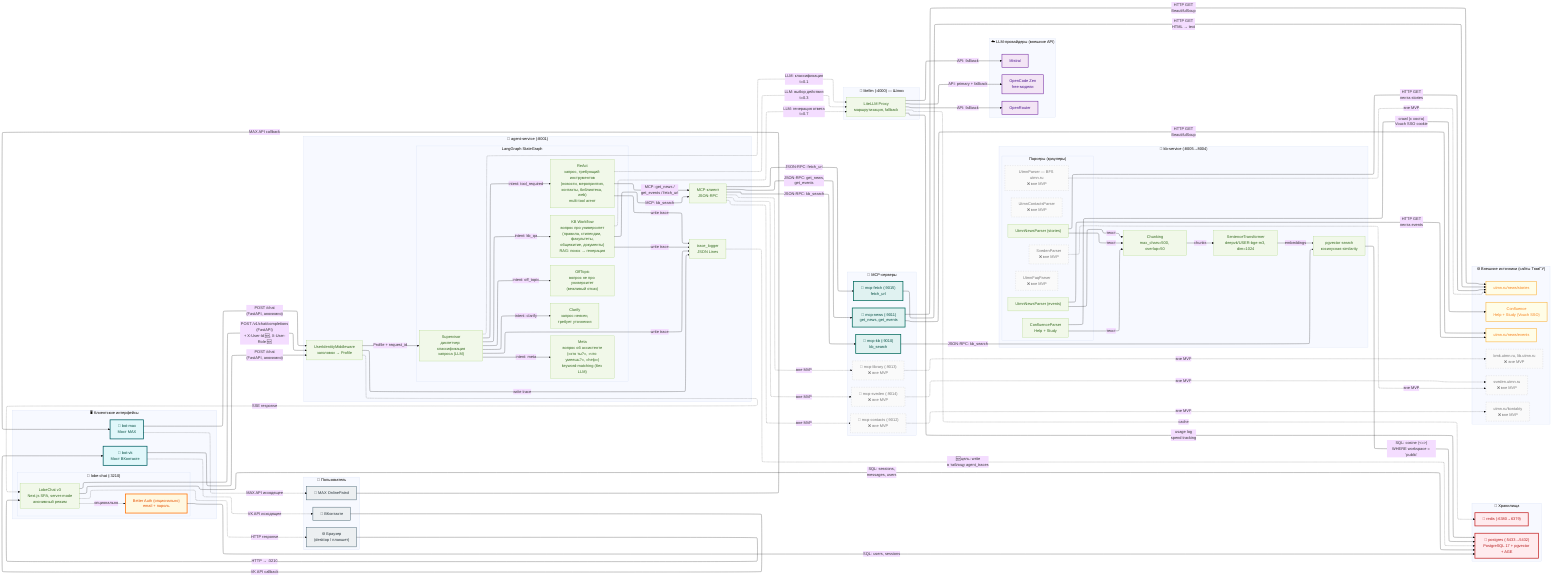
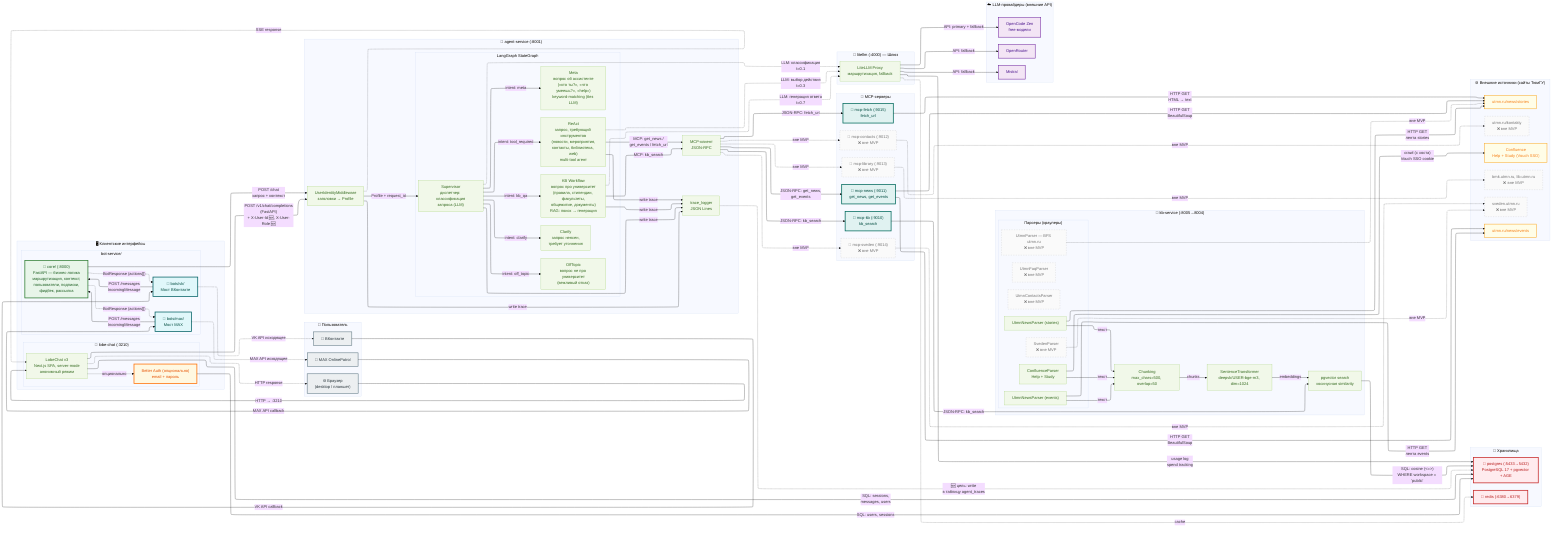
%%{init: {'theme': 'base', 'flowchart': {'defaultRenderer': 'elk', 'curve': 'basis'}} }%%
flowchart LR

    %% ═══════════════════════════════════════════════════════
    %% ЦВЕТОВЫЕ КЛАССЫ
    %% ═══════════════════════════════════════════════════════
    %% --- Контейнеры Docker (отдельные процессы) ---
    classDef container_if  fill:#E3F2FD,stroke:#1565C0,stroke-width:3px,color:#0D47A1
    classDef container_gw  fill:#FFF3E0,stroke:#E65100,stroke-width:3px,color:#BF360C
    classDef container_br  fill:#E0F7FA,stroke:#006064,stroke-width:3px,color:#004D40
    classDef container_ms  fill:#E8F5E9,stroke:#2E7D32,stroke-width:3px,color:#1B5E20
    classDef container_tl  fill:#E0F2F1,stroke:#00695C,stroke-width:3px,color:#004D40
    classDef container_st  fill:#FFEBEE,stroke:#C62828,stroke-width:3px,color:#B71C1C

    %% --- Внутренние модули (внутри контейнеров) ---
    classDef module        fill:#F1F8E9,stroke:#9CCC65,stroke-width:1px,color:#33691E

    %% --- Не-контейнеры (внешние сущности) ---
    classDef client        fill:#ECEFF1,stroke:#546E7A,stroke-width:2px,color:#263238
    classDef provider      fill:#F3E5F5,stroke:#6A1B9A,stroke-width:2px,color:#4A148C
    classDef external      fill:#FFFDE7,stroke:#F9A825,stroke-width:2px,color:#F57F17

    %% --- Специальные ---
    classDef notmvp        fill:#FAFAFA,stroke:#BDBDBD,stroke-width:1px,stroke-dasharray:5 5,color:#757575
    classDef target        fill:#FFF8E1,stroke:#FF6F00,stroke-width:3px,color:#E65100

    %% ═══════════════════════════════════════════════════════
    %% СЛОЙ 0 — ПОЛЬЗОВАТЕЛЬ
    %% ═══════════════════════════════════════════════════════
    subgraph UserLayer["👤 Пользователь"]
        USER_BR["🌐 Браузер<br/>(desktop / планшет)"]:::client
        USER_VK["💬 ВКонтакте"]:::client
        USER_MAX["💬 MAX OnlinePatrol"]:::client
    end

    %% ═══════════════════════════════════════════════════════
    %% СЛОЙ 1 — КЛИЕНТСКИЕ ИНТЕРФЕЙСЫ
    %% ═══════════════════════════════════════════════════════
    subgraph ClientsLayer["🖥️ Клиентские интерфейсы"]
        subgraph LobeHub["🐳 lobe-chat (:3210)"]
            LOBE["LobeChat v3<br/>Next.js SPA, server-mode<br/>анонимный режим"]:::module
            AUTH["Better Auth (опционально)<br/>email + пароль"]:::target
            LOBE -. "опционально" .-> AUTH
        end

-         BOTVK["🐳 bot-vk<br/>Мост ВКонтакте"]:::container_br
-         BOTMAX["🐳 bot-max<br/>Мост MAX"]:::container_br
+         subgraph BotService["bot-service/"]
+             BOTCORE["🐳 core/ (:8000)<br/>FastAPI — бизнес-логика<br/>маршрутизация, контекст,<br/>пользователи, подписки,<br/>фидбек, рассылка"]:::container_ms
+             BOTVK["🐳 bots/vk/<br/>Мост ВКонтакте"]:::container_br
+             BOTMAX["🐳 bots/max/<br/>Мост MAX"]:::container_br
+         end
    end

    %% ═══════════════════════════════════════════════════════
    %% СЛОЙ 2 — AGENT-SERVICE
    %% ═══════════════════════════════════════════════════════
    subgraph AgentService["🐳 agent-service (:8001)"]
        MW["UserIdentityMiddleware<br/>заголовки → Profile"]:::module

        subgraph LangGraphGraph["LangGraph StateGraph"]
            SUP["Supervisor<br/>диспетчер: классификация<br/>запроса (LLM)"]:::module
            KBWF["KB Workflow<br/>вопрос про университет<br/>(правила, стипендии, факультеты,<br/>общежитие, документы)<br/>RAG: поиск → генерация"]:::module
            META["Meta<br/>вопрос об ассистенте<br/>(«кто ты?», «что умеешь?», «help»)<br/>keyword-matching (без LLM)"]:::module
            REACT["ReAct<br/>запрос, требующий инструментов<br/>(новости, мероприятия,<br/>контакты, библиотека, web)<br/>multi-tool агент"]:::module
            CLARIFY["Clarify<br/>запрос неясен,<br/>требует уточнения"]:::module
            OFFTOPIC["OffTopic<br/>вопрос не про университет<br/>(вежливый отказ)"]:::module
        end

        MCPCLI["MCP-клиент<br/>JSON-RPC"]:::module
        TRACELOG["trace_logger<br/>JSON Lines"]:::module

        %% внутренние связи
        MW -- "Profile + request_id" --> SUP
        MW -- "write trace" --> TRACELOG
        SUP -- "intent: kb_qa" --> KBWF
        SUP -- "intent: meta" --> META
        SUP -- "intent: tool_required" --> REACT
        SUP -- "intent: clarify" --> CLARIFY
        SUP -- "intent: off_topic" --> OFFTOPIC
        KBWF -- "MCP: kb_search" --> MCPCLI
        REACT -- "MCP: get_news /<br/>get_events / fetch_url" --> MCPCLI
        SUP -- "write trace" --> TRACELOG
        KBWF -- "write trace" --> TRACELOG
        REACT -- "write trace" --> TRACELOG
    end

    %% ═══════════════════════════════════════════════════════
    %% СЛОЙ 3 — MCP-СЕРВЕРЫ
    %% ═══════════════════════════════════════════════════════
    subgraph MCPLayer["🔧 MCP-серверы"]
        MCPKB["🐳 mcp-kb (:9010)<br/>kb_search"]:::container_tl
        MCPNEWS["🐳 mcp-news (:9011)<br/>get_news, get_events"]:::container_tl
        MCPFETCH["🐳 mcp-fetch (:9015)<br/>fetch_url"]:::container_tl
        MCPCONTACTS["🐳 mcp-contacts (:9012)<br/>❌ вне MVP"]:::notmvp
        MCPLIB["🐳 mcp-library (:9013)<br/>❌ вне MVP"]:::notmvp
        MCPSVEDEN["🐳 mcp-sveden (:9014)<br/>❌ вне MVP"]:::notmvp
    end

    %% ═══════════════════════════════════════════════════════
    %% СЛОЙ 4 — KB-SERVICE
    %% ═══════════════════════════════════════════════════════
    subgraph KBService["🐳 kb-service (:8005→8004)"]
        subgraph ParsersGroup["Парсеры (краулеры)"]
            PCONFL["ConfluenceParser<br/>Help + Study"]:::module
            PNEWS["UtmnNewsParser (stories)"]:::module
            PEVENTS["UtmnNewsParser (events)"]:::module
            PUTMN["UtmnParser — BFS utmn.ru<br/>❌ вне MVP"]:::notmvp
            PSVEDEN["SvedenParser<br/>❌ вне MVP"]:::notmvp
            PFAQ["UtmnFaqParser<br/>❌ вне MVP"]:::notmvp
            PCONTACTS["UtmnContactsParser<br/>❌ вне MVP"]:::notmvp
        end

        EMB["SentenceTransformer<br/>deepvk/USER-bge-m3, dim=1024"]:::module
        CHUNK["Chunking<br/>max_chars=500, overlap=50"]:::module
        SEARCH["pgvector search<br/>косинусная similarity"]:::module

        PCONFL -- "текст" --> CHUNK
        PNEWS -- "текст" --> CHUNK
        PEVENTS -- "текст" --> CHUNK
        CHUNK -- "chunks" --> EMB
        EMB -- "embeddings" --> SEARCH
    end

    %% ═══════════════════════════════════════════════════════
    %% СЛОЙ 5 — LITELLM
    %% ═══════════════════════════════════════════════════════
    subgraph LiteLLMLayer["🐳 litellm (:4000) — Шлюз"]
        LITELLM["LiteLLM Proxy<br/>маршрутизация, fallback"]:::module
    end

    %% ═══════════════════════════════════════════════════════
    %% СЛОЙ 6 — LLM-ПРОВАЙДЕРЫ
    %% ═══════════════════════════════════════════════════════
    subgraph ProvidersLayer["☁️ LLM-провайдеры (внешние API)"]
        ZEN["OpenCode Zen<br/>free-модели"]:::provider
        MISTRALP["Mistral"]:::provider
        OPENROUTER["OpenRouter"]:::provider
    end

    %% ═══════════════════════════════════════════════════════
    %% СЛОЙ 7 — ХРАНИЛИЩА
    %% ═══════════════════════════════════════════════════════
    subgraph StorageLayer["💾 Хранилища"]
        PG["🐳 postgres (:5433→5432)<br/>PostgreSQL 17 + pgvector + AGE"]:::container_st
        REDIS["🐳 redis (:6380→6379)"]:::container_st
    end

    %% ═══════════════════════════════════════════════════════
    %% СЛОЙ 8 — ВНЕШНИЕ ИСТОЧНИКИ
    %% ═══════════════════════════════════════════════════════
    subgraph ExternalLayer["🌐 Внешние источники (сайты ТюмГУ)"]
        CONFL["Confluence<br/>Help + Study (Vouch SSO)"]:::external
        UTMNNEWS["utmn.ru/news/stories"]:::external
        UTMNEVENTS["utmn.ru/news/events"]:::external
        UTMNKONT["utmn.ru/kontakty<br/>❌ вне MVP"]:::notmvp
        BMK["bmk.utmn.ru, lib.utmn.ru<br/>❌ вне MVP"]:::notmvp
        SVEDENEXT["sveden.utmn.ru<br/>❌ вне MVP"]:::notmvp
    end

    %% ═══════════════════════════════════════════════════════
    %% СВЯЗИ: Пользователь → Клиентские интерфейсы
    %% ═══════════════════════════════════════════════════════
    USER_BR -- "HTTP → :3210" --> LOBE
    USER_VK -- "VK API callback" --> BOTVK
    USER_MAX -- "MAX API callback" --> BOTMAX
    LOBE -. "HTTP response" .-> USER_BR
    BOTVK -. "VK API исходящее" .-> USER_VK
    BOTMAX -. "MAX API исходящее" .-> USER_MAX

    %% ═══════════════════════════════════════════════════════
-     %% СВЯЗИ: Клиентские интерфейсы → Agent-service (FastAPI)
+     %% СВЯЗИ: Клиентские интерфейсы → bot-core (business logic)
    %% ═══════════════════════════════════════════════════════
    LOBE -- "POST /v1/chat/completions<br/>(FastAPI)<br/>+ X-User-Id 🆕, X-User-Role 🆕" --> MW
-     BOTVK -- "POST /chat<br/>(FastAPI, анонимно)" --> MW
-     BOTMAX -- "POST /chat<br/>(FastAPI, анонимно)" --> MW
+     BOTVK -- "POST /messages<br/>IncomingMessage" --> BOTCORE
+     BOTMAX -- "POST /messages<br/>IncomingMessage" --> BOTCORE
+     BOTCORE -- "POST /chat<br/>запрос + контекст" --> MW
    MW -. "SSE response" .-> LOBE
+     BOTCORE -. "BotResponse (actions[])" .-> BOTVK
+     BOTCORE -. "BotResponse (actions[])" .-> BOTMAX

    %% LobeHub → PostgreSQL
    LOBE -- "SQL: sessions,<br/>messages, users" --> PG
    AUTH -- "SQL: users, sessions" --> PG

    %% ═══════════════════════════════════════════════════════
    %% СВЯЗИ: Agent-service → LiteLLM (LLM-вызовы)
    %% ═══════════════════════════════════════════════════════
    SUP -. "LLM: классификация<br/>t=0.1" .-> LITELLM
    KBWF -. "LLM: генерация ответа<br/>t=0.7" .-> LITELLM
    REACT -. "LLM: выбор действия<br/>t=0.3" .-> LITELLM

    %% ═══════════════════════════════════════════════════════
    %% СВЯЗИ: Agent-service → MCP-серверы
    %% ═══════════════════════════════════════════════════════
    MCPCLI -- "JSON-RPC: kb_search" --> MCPKB
    MCPCLI -- "JSON-RPC: get_news,<br/>get_events" --> MCPNEWS
    MCPCLI -- "JSON-RPC: fetch_url" --> MCPFETCH
    MCPCLI -. "вне MVP" .-> MCPCONTACTS
    MCPCLI -. "вне MVP" .-> MCPLIB
    MCPCLI -. "вне MVP" .-> MCPSVEDEN

    %% ═══════════════════════════════════════════════════════
    %% СВЯЗИ: MCP-серверы → KB-service / Внешние
    %% ═══════════════════════════════════════════════════════
    MCPKB -- "JSON-RPC: kb_search" --> SEARCH
    MCPNEWS -- "HTTP GET<br/>BeautifulSoup" --> UTMNNEWS
    MCPNEWS -- "HTTP GET<br/>BeautifulSoup" --> UTMNEVENTS
    MCPFETCH -- "HTTP GET<br/>HTML → text" --> UTMNNEWS
    MCPCONTACTS -. "вне MVP" .-> UTMNKONT
    MCPLIB -. "вне MVP" .-> BMK
    MCPSVEDEN -. "вне MVP" .-> SVEDENEXT

    %% ═══════════════════════════════════════════════════════
    %% СВЯЗИ: KB-service → Хранилища и Внешние
    %% ═══════════════════════════════════════════════════════
    SEARCH -- "SQL: cosine (&lt;=&gt;)<br/>WHERE workspace = 'public'" --> PG
    PCONFL -- "crawl (с хоста)<br/>Vouch SSO cookie" --> CONFL
    PNEWS -- "HTTP GET<br/>лента stories" --> UTMNNEWS
    PEVENTS -- "HTTP GET<br/>лента events" --> UTMNEVENTS
    PUTMN -. "вне MVP" .-> UTMNNEWS
    PSVEDEN -. "вне MVP" .-> SVEDENEXT

    %% ═══════════════════════════════════════════════════════
    %% СВЯЗИ: LiteLLM → Провайдеры и Redis
    %% ═══════════════════════════════════════════════════════
    LITELLM -- "API: primary + fallback" --> ZEN
    LITELLM -- "API: fallback" --> MISTRALP
    LITELLM -- "API: fallback" --> OPENROUTER
    LITELLM -- "usage log<br/>spend tracking" --> PG
    LITELLM -. "cache" .-> REDIS

    %% ═══════════════════════════════════════════════════════
    %% СВЯЗИ: Trace → PG
    %% ═══════════════════════════════════════════════════════
    TRACELOG -. "🆕 цель: write<br/>в таблицу agent_traces" .-> PG
